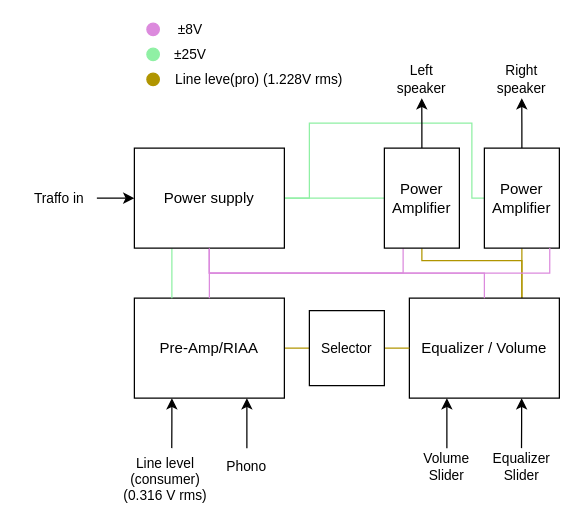
The draw.io diagram figures/integration/integration_system_drawing.drawio in Niclasapdk/ESD4_project, before the edit. Source tidied: cells renumbered, new cells numbered last; positions are measured from the earlier drawing's top-left corner, leaving out a move shared by most shapes. Both pictures are drawn from the tidied source at 125%, with x=0, y=0 at pixel (21, 22).
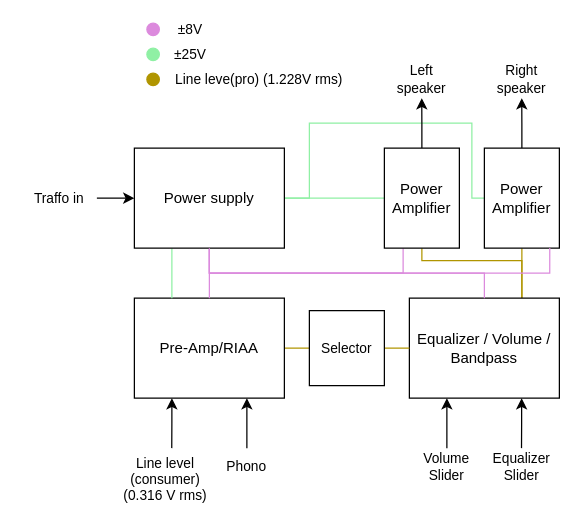
The same diagram, later.

Commit message (it also covers changes not shown here):
new frontpage and system integration drawing

The edit, as a diff of the source:
```diff
@@
-    <mxCell id="9" value="Equalizer / Volume" style="rounded=0;whiteSpace=wrap;html=1;" parent="1" vertex="1">
+    <mxCell id="9" value="Equalizer / Volume / Bandpass" style="rounded=0;whiteSpace=wrap;html=1;" parent="1" vertex="1">
       <mxGeometry x="310" y="220" width="120" height="80" as="geometry" />
     </mxCell>
```
